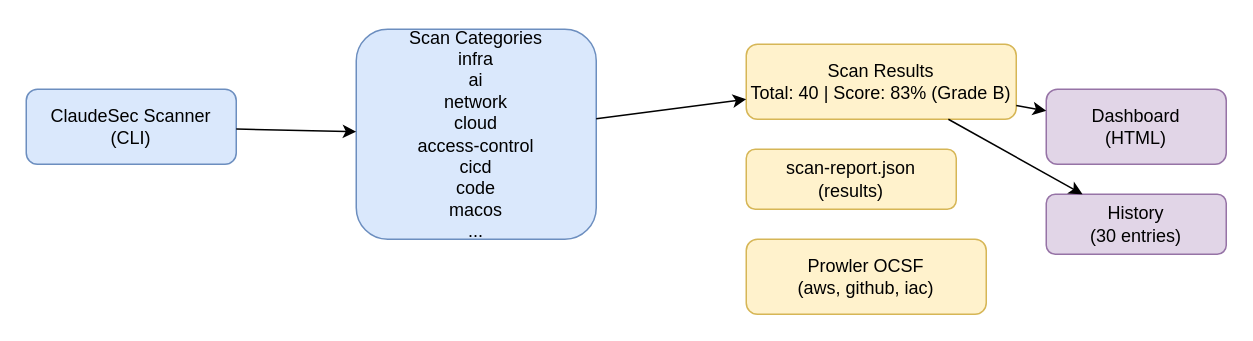
The draw.io diagram docs/architecture/claudesec-architecture.drawio in Twodragon0/claudesec, before the edit. Source tidied: cells renumbered, new cells numbered last; positions are measured from the earlier drawing's top-left corner, leaving out a move shared by most shapes. Both pictures are drawn from the tidied source at 150%, with x=0, y=0 at pixel (26, 28).
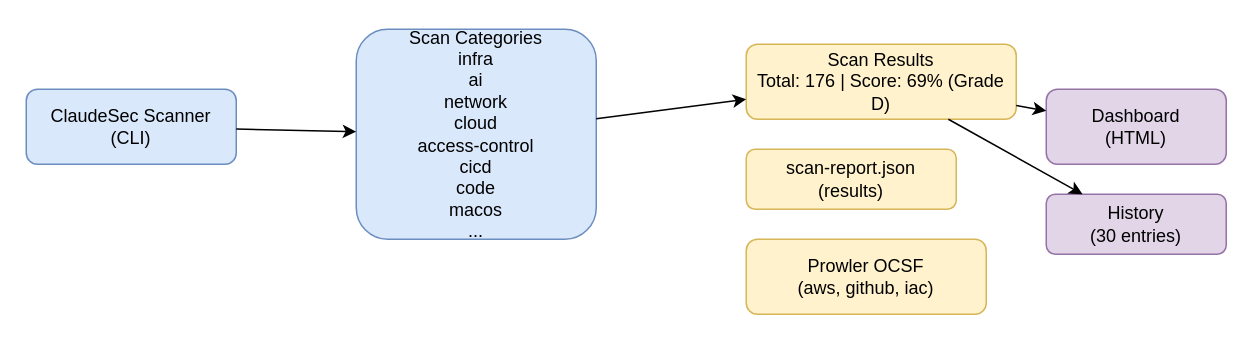
Above is the later version.

Commit message (it also covers changes not shown here):
docs: align scanner guides and architecture snapshots

The edit, as a diff of the source:
```diff
@@
 <mxGraphModel>
   <root>
     <mxCell id="0" />
     <mxCell id="1" parent="0" />
     <mxCell id="2" value="ClaudeSec Scanner&#10;(CLI)" style="rounded=1;whiteSpace=wrap;html=1;fillColor=#dae8fc;strokeColor=#6c8ebf;" parent="1" vertex="1">
       <mxGeometry y="40" width="140" height="50" as="geometry" />
     </mxCell>
     <mxCell id="3" value="Scan Categories&#10;infra&#10;ai&#10;network&#10;cloud&#10;access-control&#10;cicd&#10;code&#10;macos&#10;..." style="rounded=1;whiteSpace=wrap;html=1;fillColor=#dae8fc;strokeColor=#6c8ebf;" parent="1" vertex="1">
       <mxGeometry x="220" width="160" height="140" as="geometry" />
     </mxCell>
-    <mxCell id="4" value="Scan Results&#10;Total: 40 | Score: 83% (Grade B)" style="rounded=1;whiteSpace=wrap;html=1;fillColor=#fff2cc;strokeColor=#d6b656;" parent="1" vertex="1">
+    <mxCell id="4" value="Scan Results&#10;Total: 176 | Score: 69% (Grade D)" style="rounded=1;whiteSpace=wrap;html=1;fillColor=#fff2cc;strokeColor=#d6b656;" parent="1" vertex="1">
       <mxGeometry x="480" y="10" width="180" height="50" as="geometry" />
     </mxCell>
     <mxCell id="5" value="scan-report.json&#10;(results)" style="rounded=1;whiteSpace=wrap;html=1;fillColor=#fff2cc;strokeColor=#d6b656;" parent="1" vertex="1">
       <mxGeometry x="480" y="80" width="140" height="40" as="geometry" />
     </mxCell>
     <mxCell id="6" value="Prowler OCSF&#10;(aws, github, iac)" style="rounded=1;whiteSpace=wrap;html=1;fillColor=#fff2cc;strokeColor=#d6b656;" parent="1" vertex="1">
       <mxGeometry x="480" y="140" width="160" height="50" as="geometry" />
     </mxCell>
     <mxCell id="7" value="Dashboard&#10;(HTML)" style="rounded=1;whiteSpace=wrap;html=1;fillColor=#e1d5e7;strokeColor=#9673a6;" parent="1" vertex="1">
       <mxGeometry x="680" y="40" width="120" height="50" as="geometry" />
     </mxCell>
     <mxCell id="8" value="History&#10;(30 entries)" style="rounded=1;whiteSpace=wrap;html=1;fillColor=#e1d5e7;strokeColor=#9673a6;" parent="1" vertex="1">
       <mxGeometry x="680" y="110" width="120" height="40" as="geometry" />
     </mxCell>
     <mxCell id="9" style="endArrow=classic;html=1;rounded=0;" parent="1" edge="1" source="2" target="3">
       <mxGeometry relative="1" as="geometry" />
     </mxCell>
     <mxCell id="10" style="endArrow=classic;html=1;rounded=0;" parent="1" edge="1" source="3" target="4">
       <mxGeometry relative="1" as="geometry" />
     </mxCell>
     <mxCell id="11" style="endArrow=classic;html=1;rounded=0;" parent="1" edge="1" source="4" target="7">
       <mxGeometry relative="1" as="geometry" />
     </mxCell>
     <mxCell id="12" style="endArrow=classic;html=1;rounded=0;" parent="1" edge="1" source="4" target="8">
       <mxGeometry relative="1" as="geometry" />
     </mxCell>
   </root>
 </mxGraphModel>
```
